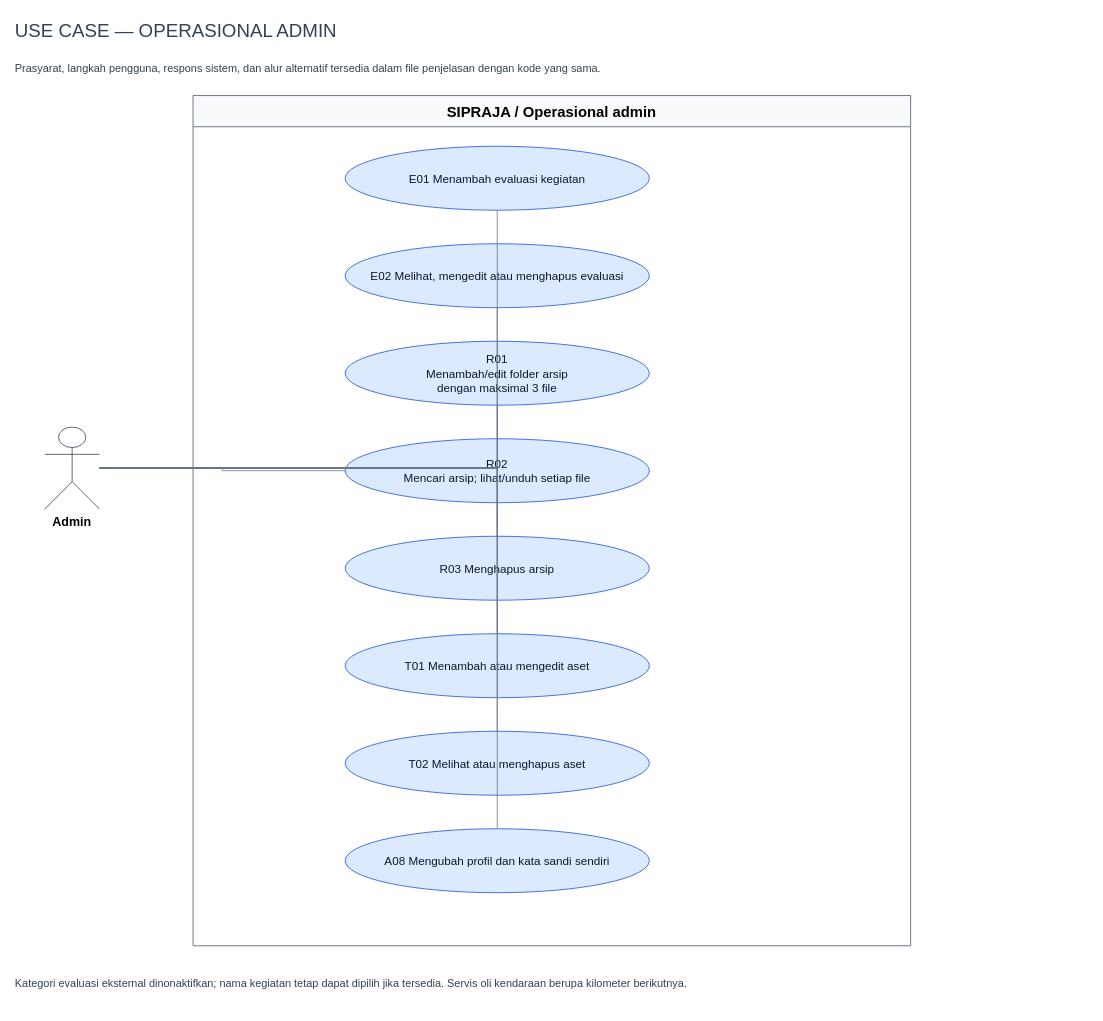
Above: page "06 - Operasional admin" (6 of 8) of docs/SIPRAJA-use-case.drawio in Samuel-smr/Satpolpp (draw.io), before the change. Source tidied: cells renumbered, new cells numbered last; positions are measured from the earlier drawing's top-left corner, leaving out a move shared by most shapes. Both pictures are drawn from the tidied source at 78%, with x=0, y=0 at pixel (13, 13).
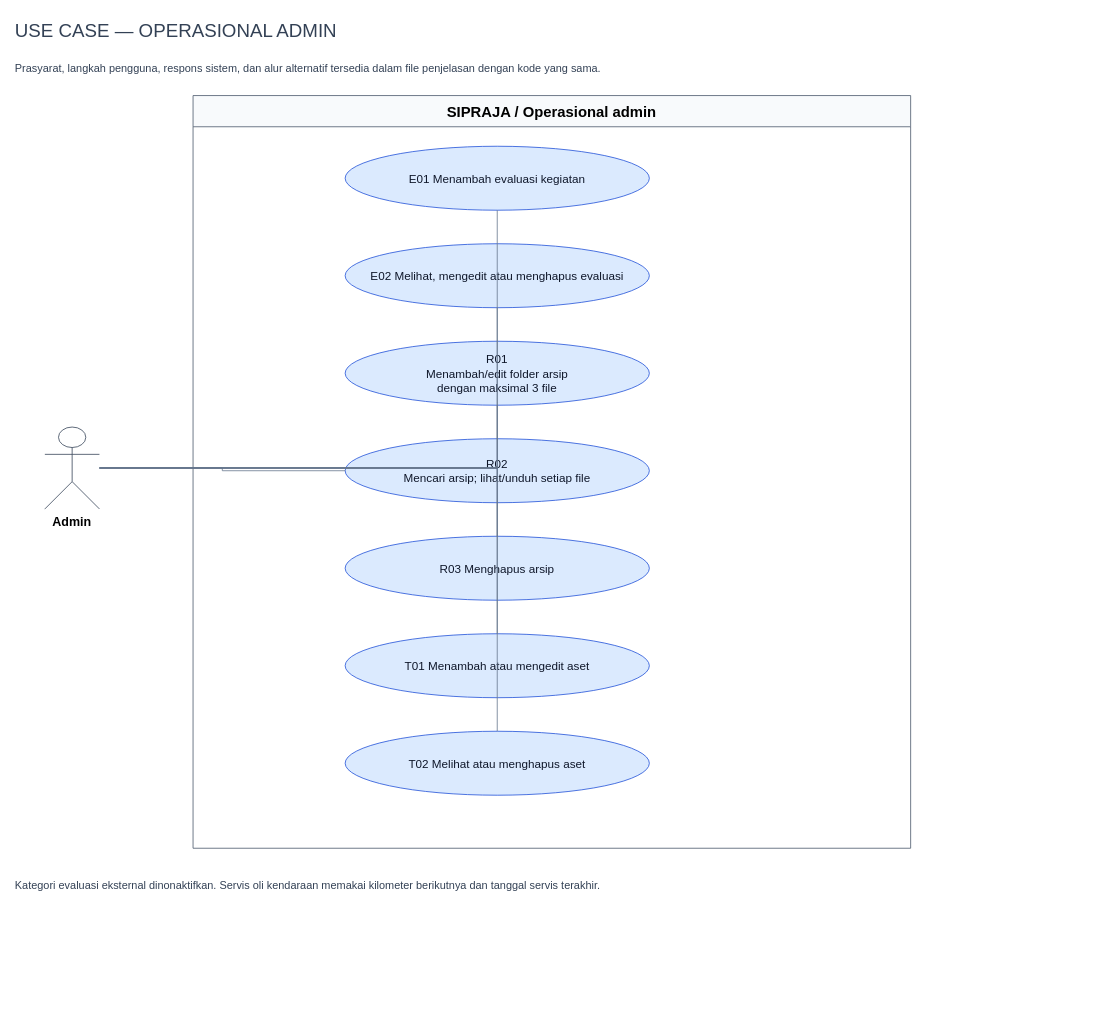
After the change.

Unchanged cells that the change refers to:
```xml
<mxCell id="5" value="Admin" style="shape=umlActor;verticalLabelPosition=bottom;verticalAlign=top;html=0;outlineConnect=0;fontSize=16;fontStyle=1;strokeColor=#334155;fillColor=#ffffff;" parent="1" vertex="1">
  <mxGeometry x="40" y="530" width="70" height="105" as="geometry" />
</mxCell>
```

What changed in the source:
```diff
@@
     <mxCell id="4" value="SIPRAJA / Operasional admin" style="swimlane;startSize=40;horizontal=1;html=0;fillColor=#f8fafc;swimlaneFillColor=#ffffff;strokeColor=#475569;fontSize=19;fontStyle=1;" parent="1" vertex="1">
-      <mxGeometry x="230" y="105" width="920" height="1090" as="geometry" />
+      <mxGeometry x="230" y="105" width="920" height="965" as="geometry" />
     </mxCell>
@@
-    <mxCell id="13" value="A08 Mengubah profil dan kata sandi sendiri" style="ellipse;whiteSpace=wrap;html=0;fontSize=15;spacing=10;fillColor=#dbeafe;strokeColor=#1d4ed8;fontColor=#0f172a;" parent="1" vertex="1">
-      <mxGeometry x="425" y="1045" width="390" height="82" as="geometry" />
-    </mxCell>
-    <mxCell id="14" value="Kategori evaluasi eksternal dinonaktifkan; nama kegiatan tetap dapat dipilih jika tersedia. Servis oli kendaraan berupa kilometer berikutnya." style="text;html=0;whiteSpace=wrap;align=left;verticalAlign=middle;fontSize=14;fontColor=#334155;" parent="1" vertex="1">
-      <mxGeometry y="1210" width="1370" height="65" as="geometry" />
+    <mxCell id="14" value="Kategori evaluasi eksternal dinonaktifkan. Servis oli kendaraan memakai kilometer berikutnya dan tanggal servis terakhir." style="text;html=0;whiteSpace=wrap;align=left;verticalAlign=middle;fontSize=14;fontColor=#334155;" parent="1" vertex="1">
+      <mxGeometry y="1085" width="1370" height="65" as="geometry" />
     </mxCell>
@@
-    <mxCell id="22" style="edgeStyle=orthogonalEdgeStyle;rounded=0;html=0;endArrow=none;endFill=0;dashed=0;strokeColor=#64748b;fontSize=12;labelBackgroundColor=#ffffff;" parent="1" edge="1" source="5" target="13">
-      <mxGeometry relative="1" as="geometry" />
-    </mxCell>
```
